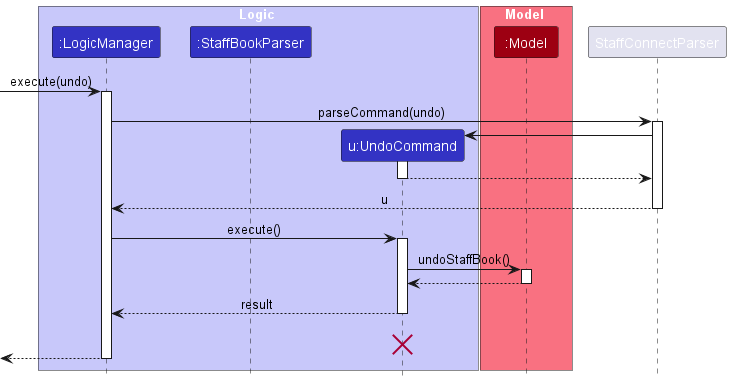
Before: docs/images/UndoSequenceDiagram-Logic.png, a diagram exported from PlantUML (nus-cs2103-AY2324S2/tp). Its diagram source:
```plantuml
@startuml
!include style.puml
skinparam ArrowFontStyle plain

box Logic LOGIC_COLOR_T1
participant ":LogicManager" as LogicManager LOGIC_COLOR
participant ":StaffBookParser" as StaffBookParser LOGIC_COLOR
participant "u:UndoCommand" as UndoCommand LOGIC_COLOR
end box

box Model MODEL_COLOR_T1
participant ":Model" as Model MODEL_COLOR
end box
[-> LogicManager : execute(undo)
activate LogicManager

LogicManager -> StaffConnectParser : parseCommand(undo)
activate StaffConnectParser

create UndoCommand
StaffConnectParser -> UndoCommand
activate UndoCommand

UndoCommand --> StaffConnectParser
deactivate UndoCommand

StaffConnectParser --> LogicManager : u
deactivate StaffConnectParser

LogicManager -> UndoCommand : execute()
activate UndoCommand

UndoCommand -> Model : undoStaffBook()
activate Model

Model --> UndoCommand
deactivate Model

UndoCommand --> LogicManager : result
deactivate UndoCommand
UndoCommand -[hidden]-> LogicManager : result
destroy UndoCommand

[<--LogicManager
deactivate LogicManager
@enduml
```
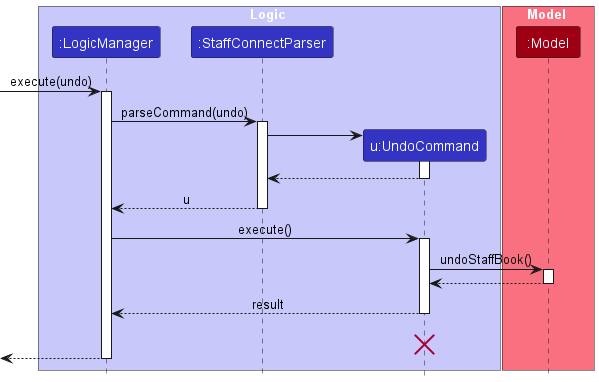
The same diagram one commit later.

Commit message:
Replace pic with typo

Diff of the diagram source:
```diff
@@ -4,7 +4,7 @@
 
 box Logic LOGIC_COLOR_T1
 participant ":LogicManager" as LogicManager LOGIC_COLOR
-participant ":StaffBookParser" as StaffBookParser LOGIC_COLOR
+participant ":StaffConnectParser" as StaffConnectParser LOGIC_COLOR
 participant "u:UndoCommand" as UndoCommand LOGIC_COLOR
 end box
 
```
